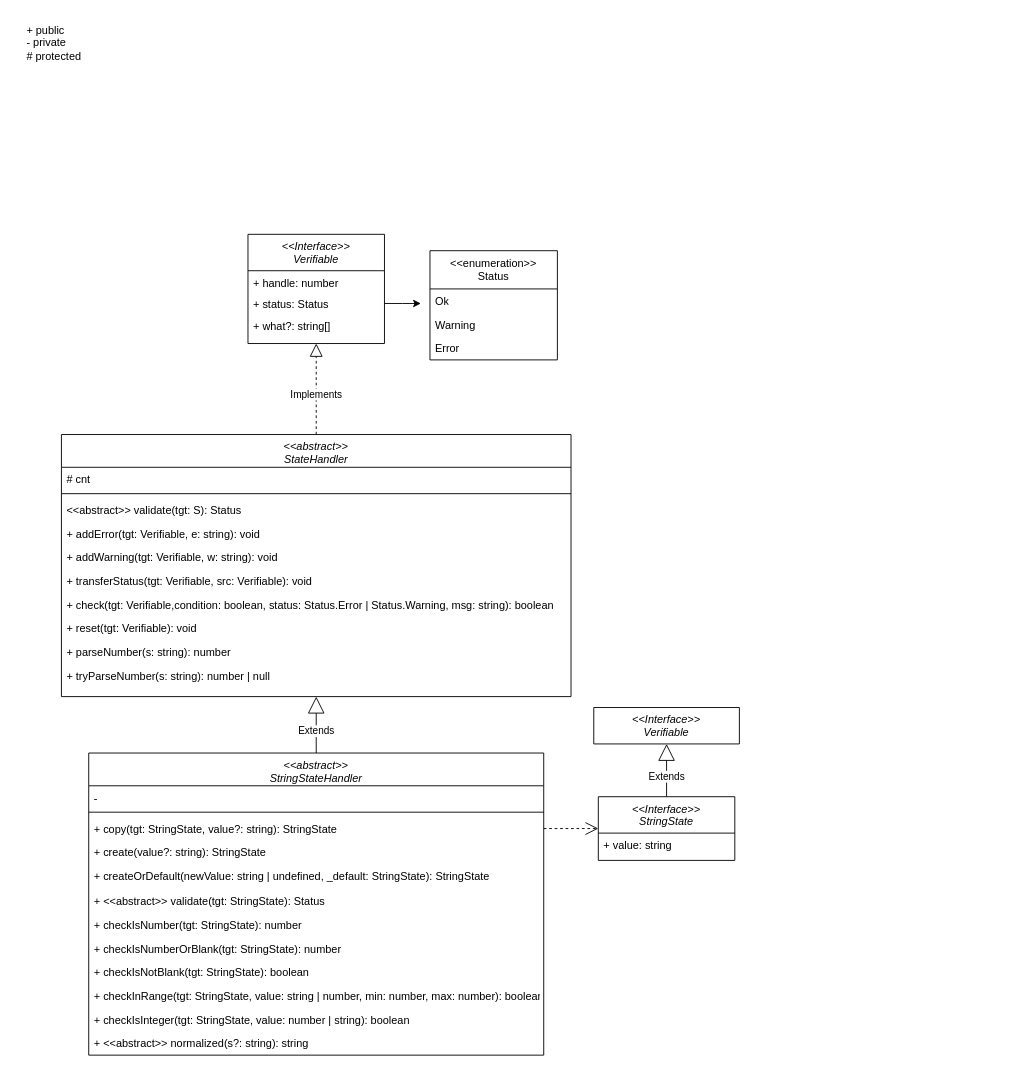
The draw.io diagram Модель.drawio in orlov-oleg-developer/asuter-UML, before the edit. Source tidied: cells renumbered, new cells numbered last; positions are measured from the earlier drawing's top-left corner, leaving out a move shared by most shapes. Both pictures are drawn from the tidied source at 91%, with x=0, y=0 at pixel (25, 15).
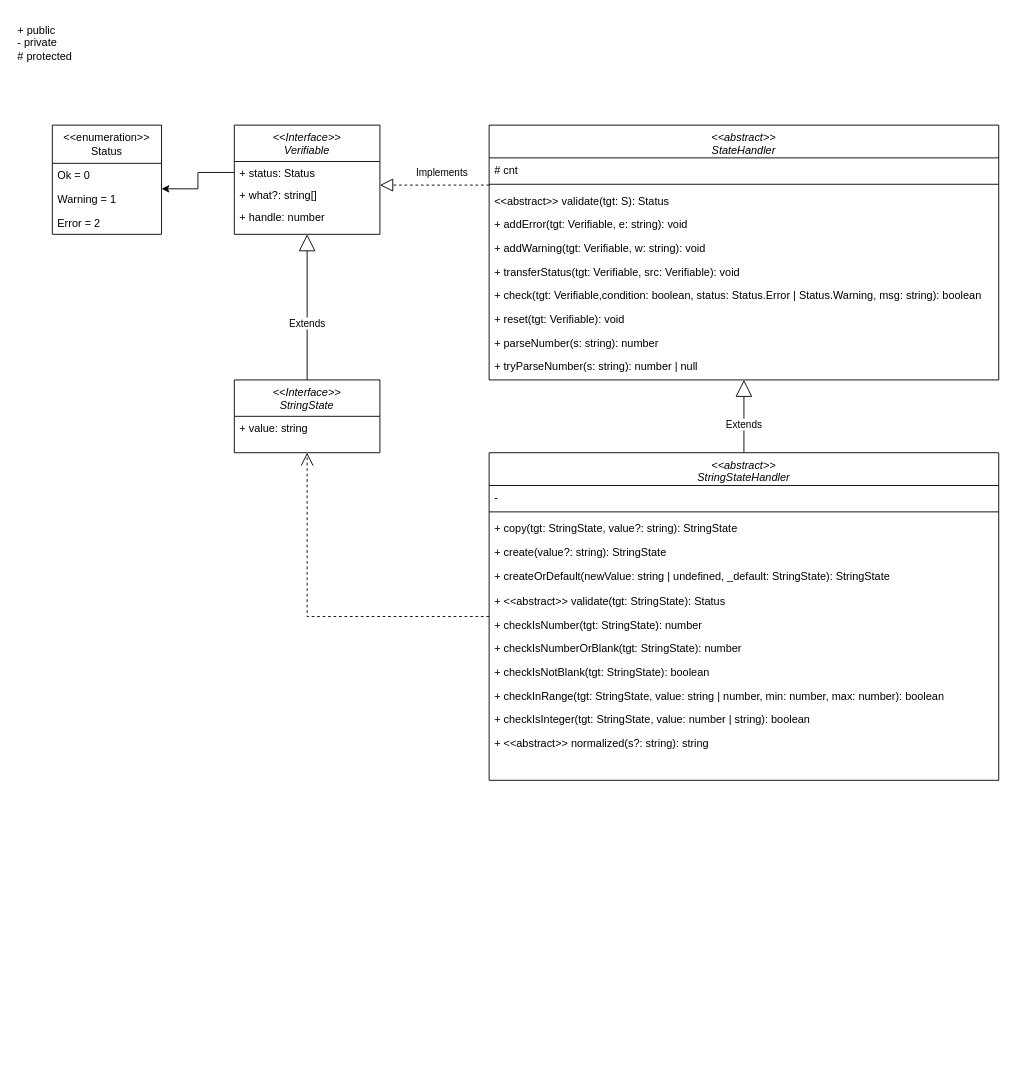
The same page after the edit.

Diff of the diagram source:
```diff
@@
     <mxCell id="2" value="&lt;&lt;abstract&gt;&gt;&#10;StateHandler" style="swimlane;fontStyle=2;align=center;verticalAlign=top;horizontal=1;startSize=36;rounded=0;shadow=0;strokeWidth=1;" parent="1" vertex="1">
-      <mxGeometry x="40" y="460" width="560" height="288" as="geometry" />
+      <mxGeometry x="510" y="120" width="560" height="280" as="geometry" />
     </mxCell>
@@
     <mxCell id="13" value="+ public&lt;br&gt;- private&lt;br&gt;# protected" style="text;html=1;align=left;verticalAlign=middle;strokeColor=none;fillColor=none;" parent="1" vertex="1">
-      <mxGeometry width="80" height="60" as="geometry" />
+      <mxGeometry x="-10" width="80" height="60" as="geometry" />
     </mxCell>
     <mxCell id="14" value="&lt;&lt;Interface&gt;&gt;&#10;Verifiable" style="swimlane;fontStyle=2;align=center;verticalAlign=top;horizontal=1;startSize=40;rounded=0;shadow=0;strokeWidth=1;" parent="1" vertex="1">
-      <mxGeometry x="245" y="240" width="150" height="120" as="geometry" />
+      <mxGeometry x="230" y="120" width="160" height="120" as="geometry" />
     </mxCell>
-    <mxCell id="15" value="+ handle: number" style="text;align=left;verticalAlign=top;spacingLeft=4;spacingRight=4;overflow=hidden;" parent="14" vertex="1">
-      <mxGeometry y="40" width="150" height="24" as="geometry" />
-    </mxCell>
-    <mxCell id="16" style="edgeStyle=orthogonalEdgeStyle;rounded=0;jettySize=auto;html=1;" parent="14" edge="1" source="17">
-      <mxGeometry relative="1" as="geometry">
-        <mxPoint x="190" y="76" as="targetPoint" />
-      </mxGeometry>
-    </mxCell>
     <mxCell id="17" value="+ status: Status" style="text;align=left;verticalAlign=top;spacingLeft=4;spacingRight=4;overflow=hidden;points=[[0,0.5],[1,0.5]];portConstraint=eastwest;" parent="14" vertex="1">
-      <mxGeometry y="64" width="150" height="24" as="geometry" />
+      <mxGeometry y="40" width="160" height="24" as="geometry" />
     </mxCell>
     <mxCell id="18" value="+ what?: string[]" style="text;align=left;verticalAlign=top;spacingLeft=4;spacingRight=4;overflow=hidden;" parent="14" vertex="1">
-      <mxGeometry y="88" width="150" height="24" as="geometry" />
+      <mxGeometry y="64" width="160" height="24" as="geometry" />
     </mxCell>
+    <mxCell id="15" value="+ handle: number" style="text;align=left;verticalAlign=top;spacingLeft=4;spacingRight=4;overflow=hidden;" parent="14" vertex="1">
+      <mxGeometry y="88" width="160" height="24" as="geometry" />
+    </mxCell>
     <mxCell id="19" value="&amp;lt;&amp;lt;enumeration&amp;gt;&amp;gt;&lt;br&gt;Status" style="swimlane;fontStyle=0;horizontal=1;startSize=42;fillColor=none;whiteSpace=wrap;html=1;" parent="1" vertex="1">
-      <mxGeometry x="445" y="258" width="140" height="120" as="geometry" />
+      <mxGeometry x="30" y="120" width="120" height="120" as="geometry" />
     </mxCell>
-    <mxCell id="20" value="Ok" style="text;strokeColor=none;fillColor=none;align=left;verticalAlign=top;spacingLeft=4;spacingRight=4;overflow=hidden;whiteSpace=wrap;html=1;" parent="19" vertex="1">
-      <mxGeometry y="42" width="140" height="26" as="geometry" />
+    <mxCell id="20" value="Ok = 0" style="text;strokeColor=none;fillColor=none;align=left;verticalAlign=top;spacingLeft=4;spacingRight=4;overflow=hidden;whiteSpace=wrap;html=1;" parent="19" vertex="1">
+      <mxGeometry y="42" width="120" height="26" as="geometry" />
     </mxCell>
-    <mxCell id="21" value="Warning" style="text;strokeColor=none;fillColor=none;align=left;verticalAlign=top;spacingLeft=4;spacingRight=4;overflow=hidden;whiteSpace=wrap;html=1;" parent="19" vertex="1">
-      <mxGeometry y="68" width="140" height="26" as="geometry" />
+    <mxCell id="21" value="Warning = 1" style="text;strokeColor=none;fillColor=none;align=left;verticalAlign=top;spacingLeft=4;spacingRight=4;overflow=hidden;whiteSpace=wrap;html=1;" parent="19" vertex="1">
+      <mxGeometry y="68" width="120" height="26" as="geometry" />
     </mxCell>
-    <mxCell id="22" value="Error" style="text;strokeColor=none;fillColor=none;align=left;verticalAlign=top;spacingLeft=4;spacingRight=4;overflow=hidden;whiteSpace=wrap;html=1;" parent="19" vertex="1">
-      <mxGeometry y="94" width="140" height="26" as="geometry" />
+    <mxCell id="22" value="Error = 2" style="text;strokeColor=none;fillColor=none;align=left;verticalAlign=top;spacingLeft=4;spacingRight=4;overflow=hidden;whiteSpace=wrap;html=1;" parent="19" vertex="1">
+      <mxGeometry y="94" width="120" height="26" as="geometry" />
     </mxCell>
     <mxCell id="23" value="&lt;&lt;abstract&gt;&gt;&#10;StringStateHandler" style="swimlane;fontStyle=2;align=center;verticalAlign=top;horizontal=1;startSize=36;rounded=0;shadow=0;strokeWidth=1;" parent="1" vertex="1">
-      <mxGeometry x="70" y="810" width="500" height="332" as="geometry" />
+      <mxGeometry x="510" y="480" width="560" height="360" as="geometry" />
     </mxCell>
     <mxCell id="24" value="-" style="text;align=left;verticalAlign=top;spacingLeft=4;spacingRight=4;overflow=hidden;" parent="23" vertex="1">
-      <mxGeometry y="36" width="500" height="24" as="geometry" />
+      <mxGeometry y="36" width="560" height="24" as="geometry" />
     </mxCell>
     <mxCell id="25" style="line;html=1;strokeWidth=1;align=left;verticalAlign=middle;spacingTop=-1;spacingLeft=3;spacingRight=3;labelPosition=right;" parent="23" vertex="1">
-      <mxGeometry y="60" width="500" height="10" as="geometry" />
+      <mxGeometry y="60" width="560" height="10" as="geometry" />
     </mxCell>
     <mxCell id="26" value="+ copy(tgt: StringState, value?: string): StringState" style="text;align=left;verticalAlign=top;spacingLeft=4;spacingRight=4;overflow=hidden;points=[[0,0.5],[1,0.5]];portConstraint=eastwest;" parent="23" vertex="1">
-      <mxGeometry y="70" width="500" height="26" as="geometry" />
+      <mxGeometry y="70" width="560" height="26" as="geometry" />
     </mxCell>
     <mxCell id="27" value="+ create(value?: string): StringState" style="text;align=left;verticalAlign=top;spacingLeft=4;spacingRight=4;overflow=hidden;" parent="23" vertex="1">
-      <mxGeometry y="96" width="500" height="26" as="geometry" />
+      <mxGeometry y="96" width="560" height="26" as="geometry" />
     </mxCell>
     <mxCell id="28" value="+ createOrDefault(newValue: string | undefined, _default: StringState): StringState" style="text;align=left;verticalAlign=top;spacingLeft=4;spacingRight=4;overflow=hidden;" parent="23" vertex="1">
-      <mxGeometry y="122" width="500" height="28" as="geometry" />
+      <mxGeometry y="122" width="560" height="28" as="geometry" />
     </mxCell>
     <mxCell id="29" value="+ &lt;&lt;abstract&gt;&gt; validate(tgt: StringState): Status" style="text;align=left;verticalAlign=top;spacingLeft=4;spacingRight=4;overflow=hidden;" parent="23" vertex="1">
-      <mxGeometry y="150" width="500" height="26" as="geometry" />
+      <mxGeometry y="150" width="560" height="26" as="geometry" />
     </mxCell>
     <mxCell id="30" value="+ checkIsNumber(tgt: StringState): number" style="text;align=left;verticalAlign=top;spacingLeft=4;spacingRight=4;overflow=hidden;" parent="23" vertex="1">
-      <mxGeometry y="176" width="500" height="26" as="geometry" />
+      <mxGeometry y="176" width="560" height="26" as="geometry" />
     </mxCell>
     <mxCell id="31" value="+ checkIsNumberOrBlank(tgt: StringState): number" style="text;align=left;verticalAlign=top;spacingLeft=4;spacingRight=4;overflow=hidden;" parent="23" vertex="1">
-      <mxGeometry y="202" width="500" height="26" as="geometry" />
+      <mxGeometry y="202" width="560" height="26" as="geometry" />
     </mxCell>
     <mxCell id="32" value="+ checkIsNotBlank(tgt: StringState): boolean" style="text;align=left;verticalAlign=top;spacingLeft=4;spacingRight=4;overflow=hidden;" parent="23" vertex="1">
-      <mxGeometry y="228" width="500" height="26" as="geometry" />
+      <mxGeometry y="228" width="560" height="26" as="geometry" />
     </mxCell>
     <mxCell id="33" value="+ checkInRange(tgt: StringState, value: string | number, min: number, max: number): boolean" style="text;align=left;verticalAlign=top;spacingLeft=4;spacingRight=4;overflow=hidden;" parent="23" vertex="1">
-      <mxGeometry y="254" width="500" height="26" as="geometry" />
+      <mxGeometry y="254" width="560" height="26" as="geometry" />
     </mxCell>
     <mxCell id="34" value="+ checkIsInteger(tgt: StringState, value: number | string): boolean" style="text;align=left;verticalAlign=top;spacingLeft=4;spacingRight=4;overflow=hidden;" parent="23" vertex="1">
-      <mxGeometry y="280" width="500" height="26" as="geometry" />
+      <mxGeometry y="280" width="560" height="26" as="geometry" />
     </mxCell>
     <mxCell id="35" value="+ &lt;&lt;abstract&gt;&gt; normalized(s?: string): string" style="text;align=left;verticalAlign=top;spacingLeft=4;spacingRight=4;overflow=hidden;" parent="23" vertex="1">
-      <mxGeometry y="306" width="500" height="26" as="geometry" />
+      <mxGeometry y="306" width="560" height="26" as="geometry" />
     </mxCell>
     <mxCell id="36" value="&lt;&lt;Interface&gt;&gt;&#10;StringState" style="swimlane;fontStyle=2;align=center;verticalAlign=top;horizontal=1;startSize=40;rounded=0;shadow=0;strokeWidth=1;" parent="1" vertex="1">
-      <mxGeometry x="630" y="858" width="150" height="70" as="geometry" />
+      <mxGeometry x="230" y="400" width="160" height="80" as="geometry" />
     </mxCell>
     <mxCell id="37" value="+ value: string" style="text;align=left;verticalAlign=top;spacingLeft=4;spacingRight=4;overflow=hidden;" parent="36" vertex="1">
-      <mxGeometry y="40" width="150" height="24" as="geometry" />
+      <mxGeometry y="40" width="160" height="24" as="geometry" />
     </mxCell>
-    <mxCell id="38" value="&lt;&lt;Interface&gt;&gt;&#10;Verifiable" style="swimlane;fontStyle=2;align=center;verticalAlign=top;horizontal=1;startSize=40;rounded=0;shadow=0;strokeWidth=1;" parent="1" vertex="1" collapsed="1">
-      <mxGeometry x="625" y="760" width="160" height="40" as="geometry" />
-    </mxCell>
-    <mxCell id="39" style="endArrow=block;dashed=1;endFill=0;endSize=12;html=1;rounded=0;exitX=0.5;exitY=0;exitDx=0;exitDy=0;entryX=0.5;entryY=1;entryDx=0;entryDy=0;" parent="1" edge="1" source="2" target="14">
-      <mxGeometry relative="1" as="geometry" />
+    <mxCell id="39" style="endArrow=block;dashed=1;endFill=0;endSize=12;html=1;rounded=0;edgeStyle=orthogonalEdgeStyle;" parent="1" edge="1">
+      <mxGeometry relative="1" as="geometry">
+        <mxPoint x="510" y="185.9" as="sourcePoint" />
+        <mxPoint x="390" y="185.9" as="targetPoint" />
+        <Array as="points">
+          <mxPoint x="450" y="185.9" />
+          <mxPoint x="450" y="185.9" />
+        </Array>
+      </mxGeometry>
     </mxCell>
     <mxCell id="40" value="Implements" style="edgeLabel;html=1;align=center;verticalAlign=middle;" parent="39" vertex="1">
-      <mxGeometry x="-0.11" y="1" relative="1" as="geometry" />
+      <mxGeometry x="-0.11" y="1" relative="1" as="geometry">
+        <mxPoint y="-15" as="offset" />
+      </mxGeometry>
     </mxCell>
@@
-    <mxCell id="42" style="endArrow=open;endSize=12;dashed=1;html=1;rounded=0;exitX=1;exitY=0.5;exitDx=0;exitDy=0;entryX=0;entryY=0.5;entryDx=0;entryDy=0;" parent="1" edge="1" source="26" target="36">
-      <mxGeometry relative="1" as="geometry" />
+    <mxCell id="42" style="endArrow=open;endSize=12;dashed=1;html=1;rounded=0;edgeStyle=orthogonalEdgeStyle;" parent="1" edge="1" source="23" target="36">
+      <mxGeometry relative="1" as="geometry">
+        <Array as="points">
+          <mxPoint x="310" y="660" />
+        </Array>
+      </mxGeometry>
     </mxCell>
-    <mxCell id="43" value="Extends" style="endArrow=block;endSize=16;endFill=0;html=1;rounded=0;entryX=0.5;entryY=1;entryDx=0;entryDy=0;exitX=0.5;exitY=0;exitDx=0;exitDy=0;" parent="1" edge="1" source="36" target="38">
+    <mxCell id="43" value="Extends" style="endArrow=block;endSize=16;endFill=0;html=1;rounded=0;edgeStyle=orthogonalEdgeStyle;exitX=0.5;exitY=0;exitDx=0;exitDy=0;entryX=0.5;entryY=1;entryDx=0;entryDy=0;" parent="1" edge="1" source="36" target="14">
       <mxGeometry x="-0.23" relative="1" as="geometry" />
     </mxCell>
+    <mxCell id="16" style="edgeStyle=orthogonalEdgeStyle;rounded=0;jettySize=auto;html=1;" parent="1" edge="1" source="17" target="19">
+      <mxGeometry relative="1" as="geometry">
+        <Array as="points">
+          <mxPoint x="190" y="172" />
+          <mxPoint x="190" y="190" />
+        </Array>
+      </mxGeometry>
+    </mxCell>
```
